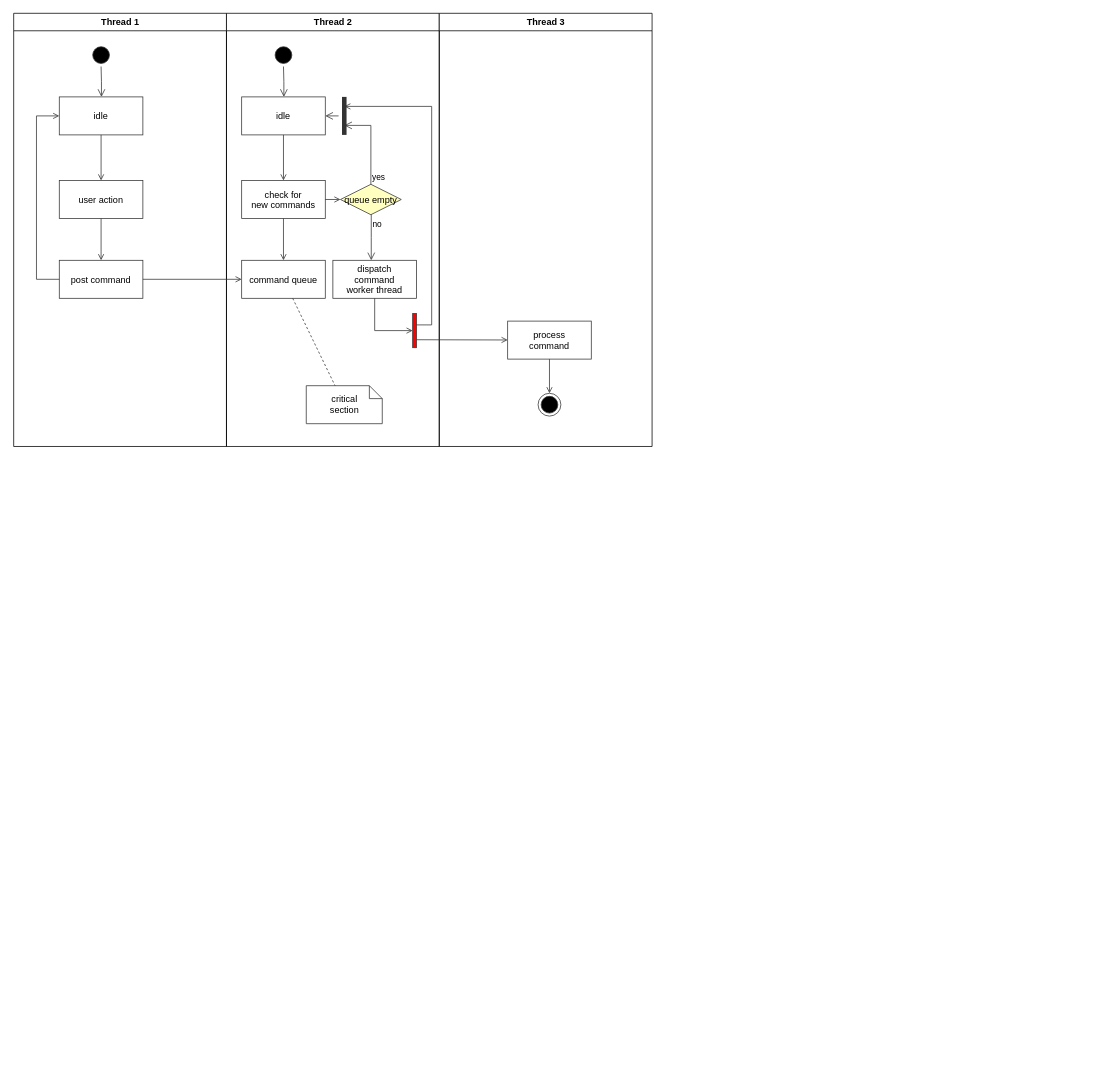
guokaichina/database-ER keeps this draw.io diagram as 数据库子功能流程图.drawio. Above is the earlier version. Source tidied: cells renumbered, new cells numbered last; positions are measured from the earlier drawing's top-left corner, leaving out a move shared by most shapes. Both pictures are drawn from the tidied source at 76%, with x=0, y=0 at pixel (13, 13).
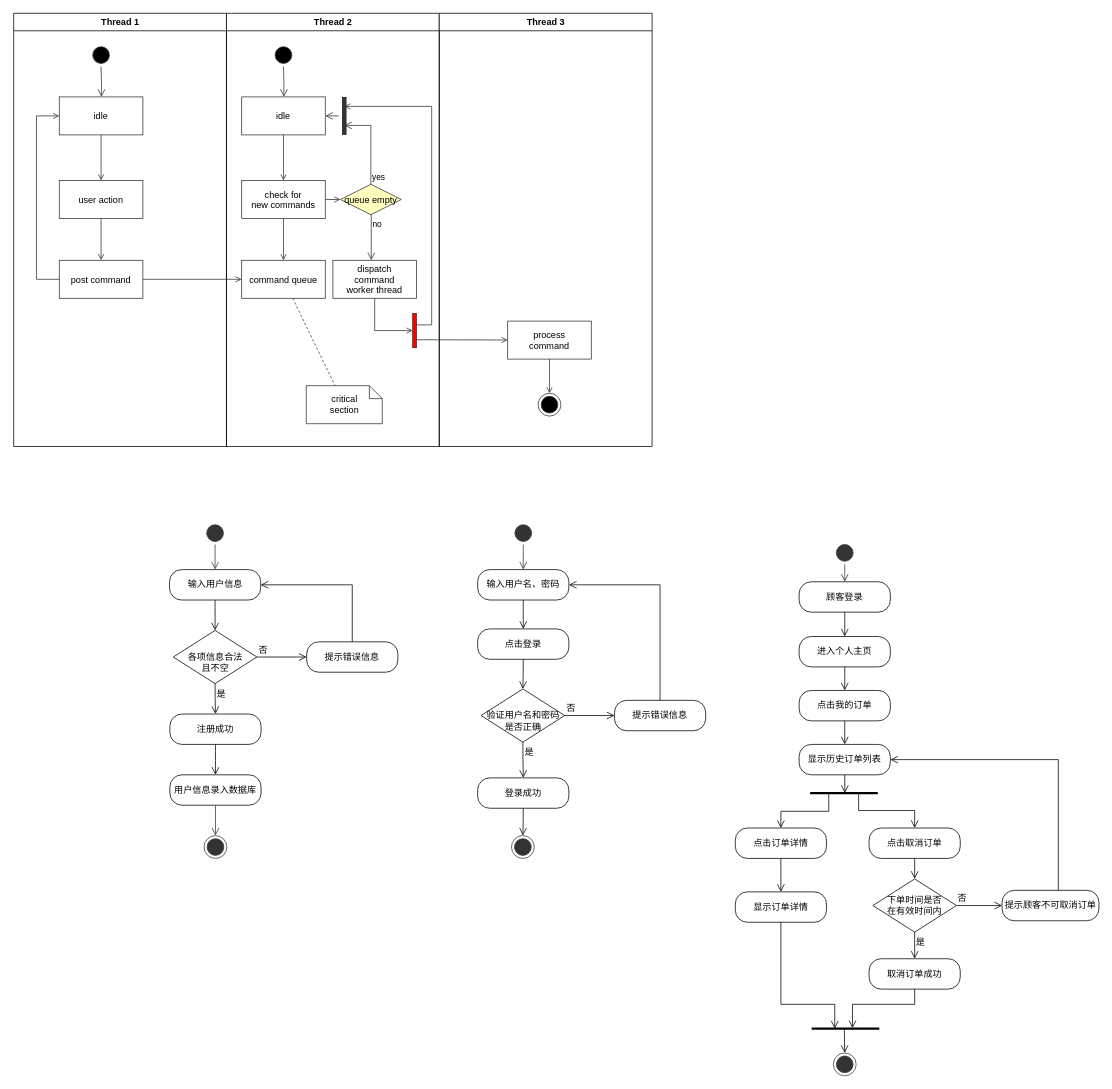
The same diagram, later.

Commit message (it also covers changes not shown here):
更新数据库子功能流程图.drawio

Diff of the diagram source:
```diff
@@
+    <mxCell id="37" style="html=1;verticalAlign=bottom;endArrow=open;endSize=8;rounded=0;targetPerimeterSpacing=8;entryX=0.5;entryY=0;entryDx=0;entryDy=0;fontStyle=0;fontSize=12;startArrow=none;exitX=0.5;exitY=1;exitDx=0;exitDy=0;fillColor=#eeeeee;strokeColor=#36393d;" parent="1" edge="1" source="50" target="38">
+      <mxGeometry relative="1" as="geometry" />
+    </mxCell>
+    <mxCell id="38" value="输入用户信息" style="rounded=1;whiteSpace=wrap;html=1;arcSize=40;fontStyle=0;fontSize=12;" parent="1" vertex="1">
+      <mxGeometry x="205.5" y="732" width="120" height="40" as="geometry" />
+    </mxCell>
+    <mxCell id="39" style="edgeStyle=orthogonalEdgeStyle;html=1;verticalAlign=bottom;endArrow=open;endSize=8;rounded=0;sourcePerimeterSpacing=8;targetPerimeterSpacing=8;curved=1;exitX=0.5;exitY=1;exitDx=0;exitDy=0;entryX=0.5;entryY=0;entryDx=0;entryDy=0;fontStyle=0;fontSize=12;" parent="1" edge="1" source="38" target="40">
+      <mxGeometry relative="1" as="geometry" />
+    </mxCell>
+    <mxCell id="40" value="&lt;br style=&quot;font-size: 12px;&quot;&gt;各项信息合法&lt;br style=&quot;font-size: 12px;&quot;&gt;且不空" style="rhombus;whiteSpace=wrap;html=1;fontStyle=0;fontSize=12;" parent="1" vertex="1">
+      <mxGeometry x="210.5" y="812" width="110" height="70" as="geometry" />
+    </mxCell>
+    <mxCell id="41" value="否" style="html=1;align=left;verticalAlign=bottom;endArrow=open;endSize=8;rounded=0;sourcePerimeterSpacing=8;targetPerimeterSpacing=8;exitX=1;exitY=0.5;exitDx=0;exitDy=0;entryX=0;entryY=0.5;entryDx=0;entryDy=0;fontStyle=0;fontSize=12;" parent="1" edge="1" source="40" target="45">
+      <mxGeometry x="-1" relative="1" as="geometry" />
+    </mxCell>
+    <mxCell id="42" value="是" style="edgeStyle=orthogonalEdgeStyle;html=1;align=left;verticalAlign=top;endArrow=open;endSize=8;rounded=0;sourcePerimeterSpacing=8;targetPerimeterSpacing=8;curved=1;exitX=0.5;exitY=1;exitDx=0;exitDy=0;entryX=0.5;entryY=0;entryDx=0;entryDy=0;fontStyle=0;fontSize=12;" parent="1" edge="1" source="40" target="43">
+      <mxGeometry x="-1" relative="1" as="geometry" />
+    </mxCell>
+    <mxCell id="43" value="注册成功" style="rounded=1;whiteSpace=wrap;html=1;arcSize=40;fontStyle=0;fontSize=12;" parent="1" vertex="1">
+      <mxGeometry x="206" y="922" width="120" height="40" as="geometry" />
+    </mxCell>
+    <mxCell id="44" style="edgeStyle=orthogonalEdgeStyle;html=1;verticalAlign=bottom;endArrow=open;endSize=8;rounded=0;sourcePerimeterSpacing=8;targetPerimeterSpacing=8;curved=1;exitX=0.5;exitY=1;exitDx=0;exitDy=0;entryX=0.5;entryY=0;entryDx=0;entryDy=0;fontStyle=0;fontSize=12;" parent="1" edge="1" source="43" target="47">
+      <mxGeometry relative="1" as="geometry" />
+    </mxCell>
+    <mxCell id="45" value="提示错误信息" style="rounded=1;whiteSpace=wrap;html=1;arcSize=40;fontStyle=0;fontSize=12;" parent="1" vertex="1">
+      <mxGeometry x="386" y="827" width="120" height="40" as="geometry" />
+    </mxCell>
+    <mxCell id="46" style="edgeStyle=orthogonalEdgeStyle;html=1;verticalAlign=bottom;endArrow=open;endSize=8;rounded=0;sourcePerimeterSpacing=8;targetPerimeterSpacing=8;entryX=1;entryY=0.5;entryDx=0;entryDy=0;exitX=0.5;exitY=0;exitDx=0;exitDy=0;fontStyle=0;fontSize=12;" parent="1" edge="1" source="45" target="38">
+      <mxGeometry relative="1" as="geometry">
+        <Array as="points">
+          <mxPoint x="446" y="752" />
+        </Array>
+      </mxGeometry>
+    </mxCell>
+    <mxCell id="47" value="用户信息录入数据库" style="rounded=1;whiteSpace=wrap;html=1;arcSize=40;fontStyle=0;fontSize=12;" parent="1" vertex="1">
+      <mxGeometry x="206" y="1002" width="120" height="40" as="geometry" />
+    </mxCell>
+    <mxCell id="48" style="edgeStyle=orthogonalEdgeStyle;html=1;verticalAlign=bottom;endArrow=open;endSize=8;rounded=0;sourcePerimeterSpacing=8;targetPerimeterSpacing=8;curved=1;exitX=0.5;exitY=1;exitDx=0;exitDy=0;entryX=0.5;entryY=0;entryDx=0;entryDy=0;fillColor=#eeeeee;strokeColor=#36393d;" parent="1" edge="1" source="47" target="49">
+      <mxGeometry relative="1" as="geometry" />
+    </mxCell>
+    <mxCell id="49" style="ellipse;html=1;shape=endState;fillColor=#333333;strokeColor=#36393d;" parent="1" vertex="1">
+      <mxGeometry x="251" y="1082" width="30" height="30" as="geometry" />
+    </mxCell>
+    <mxCell id="50" style="ellipse;html=1;shape=startState;fillColor=#333333;strokeColor=#36393d;" parent="1" vertex="1">
+      <mxGeometry x="250.5" y="669" width="30" height="30" as="geometry" />
+    </mxCell>
+    <mxCell id="51" style="html=1;verticalAlign=bottom;endArrow=open;endSize=8;rounded=0;targetPerimeterSpacing=8;entryX=0.5;entryY=0;entryDx=0;entryDy=0;fontStyle=0;fontSize=12;startArrow=none;exitX=0.5;exitY=1;exitDx=0;exitDy=0;fillColor=#eeeeee;strokeColor=#36393d;" parent="1" edge="1" source="62" target="52">
+      <mxGeometry relative="1" as="geometry" />
+    </mxCell>
+    <mxCell id="52" value="输入用户名、密码" style="rounded=1;whiteSpace=wrap;html=1;arcSize=40;fontStyle=0;fontSize=12;" parent="1" vertex="1">
+      <mxGeometry x="611" y="732" width="120" height="40" as="geometry" />
+    </mxCell>
+    <mxCell id="53" style="edgeStyle=orthogonalEdgeStyle;html=1;verticalAlign=bottom;endArrow=open;endSize=8;rounded=0;sourcePerimeterSpacing=8;targetPerimeterSpacing=8;curved=1;exitX=0.5;exitY=1;exitDx=0;exitDy=0;entryX=0.5;entryY=0;entryDx=0;entryDy=0;fontStyle=0;fontSize=12;" parent="1" edge="1" source="52" target="63">
+      <mxGeometry relative="1" as="geometry" />
+    </mxCell>
+    <mxCell id="54" value="&lt;br&gt;验证用户名和密码&lt;br&gt;是否正确" style="rhombus;whiteSpace=wrap;html=1;fontStyle=0;fontSize=12;" parent="1" vertex="1">
+      <mxGeometry x="615.5" y="889" width="110" height="70" as="geometry" />
+    </mxCell>
+    <mxCell id="55" value="否" style="html=1;align=left;verticalAlign=bottom;endArrow=open;endSize=8;rounded=0;sourcePerimeterSpacing=8;targetPerimeterSpacing=8;exitX=1;exitY=0.5;exitDx=0;exitDy=0;entryX=0;entryY=0.5;entryDx=0;entryDy=0;fontStyle=0;fontSize=12;" parent="1" edge="1" source="54" target="59">
+      <mxGeometry x="-1" relative="1" as="geometry" />
+    </mxCell>
+    <mxCell id="56" value="是" style="edgeStyle=orthogonalEdgeStyle;html=1;align=left;verticalAlign=top;endArrow=open;endSize=8;rounded=0;sourcePerimeterSpacing=8;targetPerimeterSpacing=8;curved=1;exitX=0.5;exitY=1;exitDx=0;exitDy=0;entryX=0.5;entryY=0;entryDx=0;entryDy=0;fontStyle=0;fontSize=12;" parent="1" edge="1" source="54" target="57">
+      <mxGeometry x="-1" relative="1" as="geometry" />
+    </mxCell>
+    <mxCell id="57" value="登录成功" style="rounded=1;whiteSpace=wrap;html=1;arcSize=40;fontStyle=0;fontSize=12;" parent="1" vertex="1">
+      <mxGeometry x="611" y="1006" width="120" height="40" as="geometry" />
+    </mxCell>
+    <mxCell id="58" style="edgeStyle=orthogonalEdgeStyle;html=1;verticalAlign=bottom;endArrow=open;endSize=8;rounded=0;sourcePerimeterSpacing=8;targetPerimeterSpacing=8;curved=1;exitX=0.5;exitY=1;exitDx=0;exitDy=0;entryX=0.5;entryY=0;entryDx=0;entryDy=0;fontStyle=0;fontSize=12;" parent="1" edge="1" source="57" target="61">
+      <mxGeometry relative="1" as="geometry" />
+    </mxCell>
+    <mxCell id="59" value="提示错误信息" style="rounded=1;whiteSpace=wrap;html=1;arcSize=40;fontStyle=0;fontSize=12;" parent="1" vertex="1">
+      <mxGeometry x="791" y="904" width="120" height="40" as="geometry" />
+    </mxCell>
+    <mxCell id="60" style="edgeStyle=orthogonalEdgeStyle;html=1;verticalAlign=bottom;endArrow=open;endSize=8;rounded=0;sourcePerimeterSpacing=8;targetPerimeterSpacing=8;entryX=1;entryY=0.5;entryDx=0;entryDy=0;exitX=0.5;exitY=0;exitDx=0;exitDy=0;fontStyle=0;fontSize=12;" parent="1" edge="1" source="59" target="52">
+      <mxGeometry relative="1" as="geometry">
+        <Array as="points">
+          <mxPoint x="851.5" y="752" />
+        </Array>
+      </mxGeometry>
+    </mxCell>
+    <mxCell id="61" style="ellipse;html=1;shape=endState;fillColor=#333333;strokeColor=#36393d;" parent="1" vertex="1">
+      <mxGeometry x="655.5" y="1082" width="30" height="30" as="geometry" />
+    </mxCell>
+    <mxCell id="62" style="ellipse;html=1;shape=startState;fillColor=#333333;strokeColor=#36393d;" parent="1" vertex="1">
+      <mxGeometry x="656" y="669" width="30" height="30" as="geometry" />
+    </mxCell>
+    <mxCell id="63" value="点击登录" style="rounded=1;whiteSpace=wrap;html=1;arcSize=40;fontStyle=0;fontSize=12;" parent="1" vertex="1">
+      <mxGeometry x="611" y="810" width="120" height="40" as="geometry" />
+    </mxCell>
+    <mxCell id="64" style="edgeStyle=orthogonalEdgeStyle;html=1;verticalAlign=bottom;endArrow=open;endSize=8;rounded=0;sourcePerimeterSpacing=8;targetPerimeterSpacing=8;curved=1;exitX=0.5;exitY=1;exitDx=0;exitDy=0;entryX=0.5;entryY=0;entryDx=0;entryDy=0;fontStyle=0;fontSize=12;" parent="1" edge="1" source="63" target="54">
+      <mxGeometry relative="1" as="geometry" />
+    </mxCell>
+    <mxCell id="65" style="html=1;verticalAlign=bottom;endArrow=open;endSize=8;rounded=0;targetPerimeterSpacing=8;entryX=0.5;entryY=0;entryDx=0;entryDy=0;fontStyle=0;fontSize=12;startArrow=none;exitX=0.5;exitY=1;exitDx=0;exitDy=0;fillColor=#eeeeee;strokeColor=#36393d;" parent="1" edge="1" source="71" target="66">
+      <mxGeometry relative="1" as="geometry" />
+    </mxCell>
+    <mxCell id="66" value="顾客登录" style="rounded=1;whiteSpace=wrap;html=1;arcSize=40;fontStyle=0;fontSize=12;" parent="1" vertex="1">
+      <mxGeometry x="1034" y="748" width="120" height="40" as="geometry" />
+    </mxCell>
+    <mxCell id="67" style="edgeStyle=orthogonalEdgeStyle;html=1;verticalAlign=bottom;endArrow=open;endSize=8;rounded=0;sourcePerimeterSpacing=8;targetPerimeterSpacing=8;curved=1;exitX=0.5;exitY=1;exitDx=0;exitDy=0;entryX=0.5;entryY=0;entryDx=0;entryDy=0;fontStyle=0;fontSize=12;" parent="1" edge="1" source="66" target="72">
+      <mxGeometry relative="1" as="geometry" />
+    </mxCell>
+    <mxCell id="68" style="html=1;verticalAlign=bottom;endArrow=open;endSize=8;rounded=0;sourcePerimeterSpacing=8;targetPerimeterSpacing=8;exitX=0.483;exitY=0.5;exitDx=0;exitDy=0;entryX=0.5;entryY=0;entryDx=0;entryDy=0;fontStyle=0;fontSize=12;exitPerimeter=0;" parent="1" edge="1" source="90" target="70">
+      <mxGeometry relative="1" as="geometry" />
+    </mxCell>
+    <mxCell id="69" style="edgeStyle=orthogonalEdgeStyle;html=1;verticalAlign=bottom;endArrow=open;endSize=8;rounded=0;sourcePerimeterSpacing=8;targetPerimeterSpacing=8;entryX=1;entryY=0.5;entryDx=0;entryDy=0;exitX=0.5;exitY=0;exitDx=0;exitDy=0;fontStyle=0;fontSize=12;" parent="1" edge="1" source="86" target="76">
+      <mxGeometry relative="1" as="geometry">
+        <Array as="points">
+          <mxPoint x="1369" y="1161" />
+          <mxPoint x="1375" y="1161" />
+          <mxPoint x="1375" y="969" />
+        </Array>
+      </mxGeometry>
+    </mxCell>
+    <mxCell id="70" style="ellipse;html=1;shape=endState;fillColor=#333333;strokeColor=#36393d;" parent="1" vertex="1">
+      <mxGeometry x="1079" y="1368" width="30" height="30" as="geometry" />
+    </mxCell>
+    <mxCell id="71" style="ellipse;html=1;shape=startState;fillColor=#333333;strokeColor=#36393d;" parent="1" vertex="1">
+      <mxGeometry x="1079" y="695" width="30" height="30" as="geometry" />
+    </mxCell>
+    <mxCell id="72" value="进入个人主页" style="rounded=1;whiteSpace=wrap;html=1;arcSize=40;fontStyle=0;fontSize=12;" parent="1" vertex="1">
+      <mxGeometry x="1034" y="820" width="120" height="40" as="geometry" />
+    </mxCell>
+    <mxCell id="73" style="edgeStyle=orthogonalEdgeStyle;html=1;verticalAlign=bottom;endArrow=open;endSize=8;rounded=0;sourcePerimeterSpacing=8;targetPerimeterSpacing=8;curved=1;exitX=0.5;exitY=1;exitDx=0;exitDy=0;entryX=0.5;entryY=0;entryDx=0;entryDy=0;fontStyle=0;fontSize=12;" parent="1" edge="1" source="72" target="74">
+      <mxGeometry relative="1" as="geometry" />
+    </mxCell>
+    <mxCell id="74" value="点击我的订单" style="rounded=1;whiteSpace=wrap;html=1;arcSize=40;fontStyle=0;fontSize=12;" parent="1" vertex="1">
+      <mxGeometry x="1034" y="891" width="120" height="40" as="geometry" />
+    </mxCell>
+    <mxCell id="75" style="html=1;verticalAlign=bottom;endArrow=open;endSize=8;rounded=0;sourcePerimeterSpacing=8;targetPerimeterSpacing=8;exitX=0.5;exitY=1;exitDx=0;exitDy=0;fontStyle=0;fontSize=12;entryX=0.5;entryY=0;entryDx=0;entryDy=0;" parent="1" edge="1" source="74" target="76">
+      <mxGeometry relative="1" as="geometry" />
+    </mxCell>
+    <mxCell id="76" value="显示历史订单列表" style="rounded=1;whiteSpace=wrap;html=1;arcSize=40;fontStyle=0;fontSize=12;" parent="1" vertex="1">
+      <mxGeometry x="1034" y="962" width="120" height="40" as="geometry" />
+    </mxCell>
+    <mxCell id="77" style="html=1;verticalAlign=bottom;endArrow=open;endSize=8;rounded=0;sourcePerimeterSpacing=8;targetPerimeterSpacing=8;exitX=0.5;exitY=1;exitDx=0;exitDy=0;fontStyle=0;fontSize=12;entryX=0.513;entryY=0.5;entryDx=0;entryDy=0;entryPerimeter=0;" parent="1" edge="1" source="76" target="78">
+      <mxGeometry relative="1" as="geometry" />
+    </mxCell>
+    <mxCell id="78" style="line;strokeWidth=3;fillColor=none;align=left;verticalAlign=middle;spacingTop=-1;spacingLeft=3;spacingRight=3;labelPosition=right;points=[];portConstraint=eastwest;strokeColor=inherit;fontSize=12;" parent="1" vertex="1">
+      <mxGeometry x="1048.5" y="1022" width="89" height="8" as="geometry" />
+    </mxCell>
+    <mxCell id="79" value="点击订单详情" style="rounded=1;whiteSpace=wrap;html=1;arcSize=40;fontStyle=0;fontSize=12;" parent="1" vertex="1">
+      <mxGeometry x="950" y="1072" width="120" height="40" as="geometry" />
+    </mxCell>
+    <mxCell id="80" value="点击取消订单" style="rounded=1;whiteSpace=wrap;html=1;arcSize=40;fontStyle=0;fontSize=12;" parent="1" vertex="1">
+      <mxGeometry x="1126" y="1072" width="120" height="40" as="geometry" />
+    </mxCell>
+    <mxCell id="81" style="html=1;verticalAlign=bottom;endArrow=open;endSize=8;rounded=0;sourcePerimeterSpacing=8;targetPerimeterSpacing=8;exitX=0.275;exitY=0.625;exitDx=0;exitDy=0;fontStyle=0;fontSize=12;entryX=0.5;entryY=0;entryDx=0;entryDy=0;exitPerimeter=0;edgeStyle=elbowEdgeStyle;elbow=vertical;" parent="1" edge="1" source="78" target="79">
+      <mxGeometry relative="1" as="geometry" />
+    </mxCell>
+    <mxCell id="82" style="html=1;verticalAlign=bottom;endArrow=open;endSize=8;rounded=0;sourcePerimeterSpacing=8;targetPerimeterSpacing=8;exitX=0.717;exitY=0.458;exitDx=0;exitDy=0;fontStyle=0;fontSize=12;entryX=0.5;entryY=0;entryDx=0;entryDy=0;exitPerimeter=0;edgeStyle=elbowEdgeStyle;elbow=vertical;" parent="1" edge="1" source="78" target="80">
+      <mxGeometry relative="1" as="geometry" />
+    </mxCell>
+    <mxCell id="83" value="下单时间是否&lt;br&gt;在有效时间内" style="rhombus;whiteSpace=wrap;html=1;fontStyle=0;fontSize=12;" parent="1" vertex="1">
+      <mxGeometry x="1131" y="1139" width="110" height="70" as="geometry" />
+    </mxCell>
+    <mxCell id="84" value="否" style="html=1;align=left;verticalAlign=bottom;endArrow=open;endSize=8;rounded=0;sourcePerimeterSpacing=8;targetPerimeterSpacing=8;exitX=1;exitY=0.5;exitDx=0;exitDy=0;entryX=0;entryY=0.5;entryDx=0;entryDy=0;fontStyle=0;fontSize=12;" parent="1" edge="1" source="83" target="86">
+      <mxGeometry x="-1" relative="1" as="geometry" />
+    </mxCell>
+    <mxCell id="85" value="是" style="html=1;align=left;verticalAlign=top;endArrow=open;endSize=8;rounded=0;sourcePerimeterSpacing=8;targetPerimeterSpacing=8;exitX=0.5;exitY=1;exitDx=0;exitDy=0;entryX=0.5;entryY=0;entryDx=0;entryDy=0;fontStyle=0;fontSize=12;" parent="1" edge="1" source="83" target="88">
+      <mxGeometry x="-1" relative="1" as="geometry" />
+    </mxCell>
+    <mxCell id="86" value="提示顾客不可取消订单" style="rounded=1;whiteSpace=wrap;html=1;arcSize=40;fontStyle=0;fontSize=12;" parent="1" vertex="1">
+      <mxGeometry x="1301" y="1154" width="127.5" height="40" as="geometry" />
+    </mxCell>
+    <mxCell id="87" style="edgeStyle=orthogonalEdgeStyle;html=1;align=left;verticalAlign=top;endArrow=open;endSize=8;rounded=0;sourcePerimeterSpacing=8;targetPerimeterSpacing=8;curved=1;exitX=0.5;exitY=1;exitDx=0;exitDy=0;entryX=0.5;entryY=0;entryDx=0;entryDy=0;fontStyle=0;fontSize=12;" parent="1" edge="1" source="80" target="83">
+      <mxGeometry x="-1" relative="1" as="geometry" />
+    </mxCell>
+    <mxCell id="88" value="取消订单成功" style="rounded=1;whiteSpace=wrap;html=1;arcSize=40;fontStyle=0;fontSize=12;" parent="1" vertex="1">
+      <mxGeometry x="1126" y="1244" width="120" height="40" as="geometry" />
+    </mxCell>
+    <mxCell id="89" style="edgeStyle=elbowEdgeStyle;html=1;verticalAlign=bottom;endArrow=open;endSize=8;rounded=0;sourcePerimeterSpacing=8;targetPerimeterSpacing=8;exitX=0.5;exitY=1;exitDx=0;exitDy=0;entryX=0.603;entryY=0.417;entryDx=0;entryDy=0;fontStyle=0;fontSize=12;entryPerimeter=0;elbow=vertical;" parent="1" edge="1" source="88" target="90">
+      <mxGeometry relative="1" as="geometry">
+        <Array as="points">
+          <mxPoint x="1153" y="1304" />
+        </Array>
+      </mxGeometry>
+    </mxCell>
+    <mxCell id="90" style="line;strokeWidth=3;fillColor=none;align=left;verticalAlign=middle;spacingTop=-1;spacingLeft=3;spacingRight=3;labelPosition=right;points=[];portConstraint=eastwest;strokeColor=inherit;fontSize=12;" parent="1" vertex="1">
+      <mxGeometry x="1050.5" y="1332" width="89" height="8" as="geometry" />
+    </mxCell>
+    <mxCell id="91" value="显示订单详情" style="rounded=1;whiteSpace=wrap;html=1;arcSize=40;fontStyle=0;fontSize=12;" parent="1" vertex="1">
+      <mxGeometry x="950" y="1156" width="120" height="40" as="geometry" />
+    </mxCell>
+    <mxCell id="92" style="html=1;verticalAlign=bottom;endArrow=open;endSize=8;rounded=0;sourcePerimeterSpacing=8;targetPerimeterSpacing=8;exitX=0.5;exitY=1;exitDx=0;exitDy=0;fontStyle=0;fontSize=12;entryX=0.341;entryY=0.5;entryDx=0;entryDy=0;entryPerimeter=0;edgeStyle=elbowEdgeStyle;elbow=vertical;" parent="1" edge="1" source="91" target="90">
+      <mxGeometry relative="1" as="geometry">
+        <Array as="points">
+          <mxPoint x="1050" y="1304" />
+          <mxPoint x="1043" y="1321" />
+        </Array>
+      </mxGeometry>
+    </mxCell>
+    <mxCell id="93" style="html=1;verticalAlign=bottom;endArrow=open;endSize=8;rounded=0;sourcePerimeterSpacing=8;targetPerimeterSpacing=8;exitX=0.5;exitY=1;exitDx=0;exitDy=0;fontStyle=0;fontSize=12;entryX=0.5;entryY=0;entryDx=0;entryDy=0;" parent="1" edge="1" source="79" target="91">
+      <mxGeometry relative="1" as="geometry" />
+    </mxCell>
```
